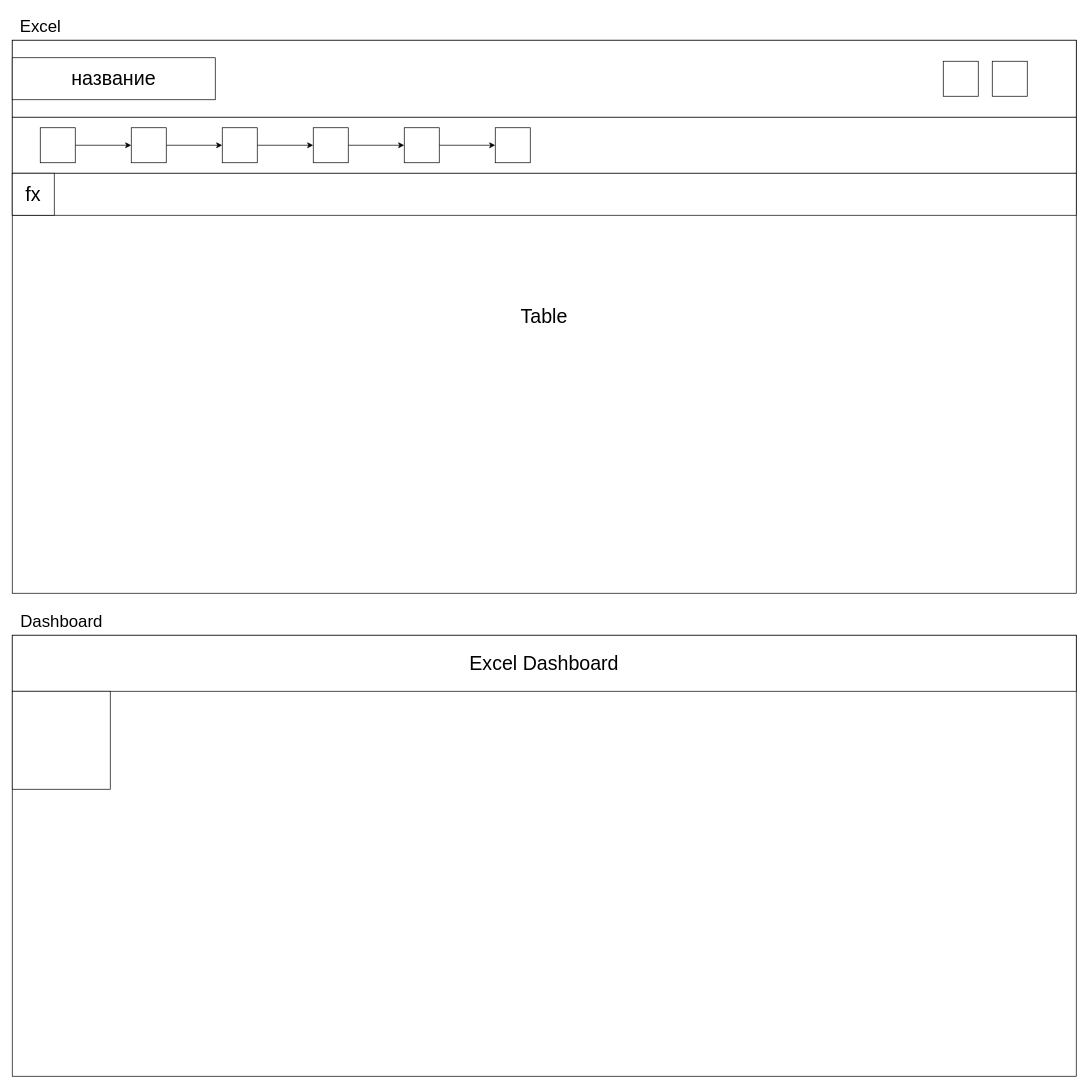
This is src/scss/Диаграмма без названия.drawio from Alexander-Sab/Think_Senor, a draw.io file, before an edit. Source tidied: cells renumbered, new cells numbered last; positions are measured from the earlier drawing's top-left corner, leaving out a move shared by most shapes. Both pictures are drawn from the tidied source at 70%, with x=0, y=0 at pixel (12, 12).
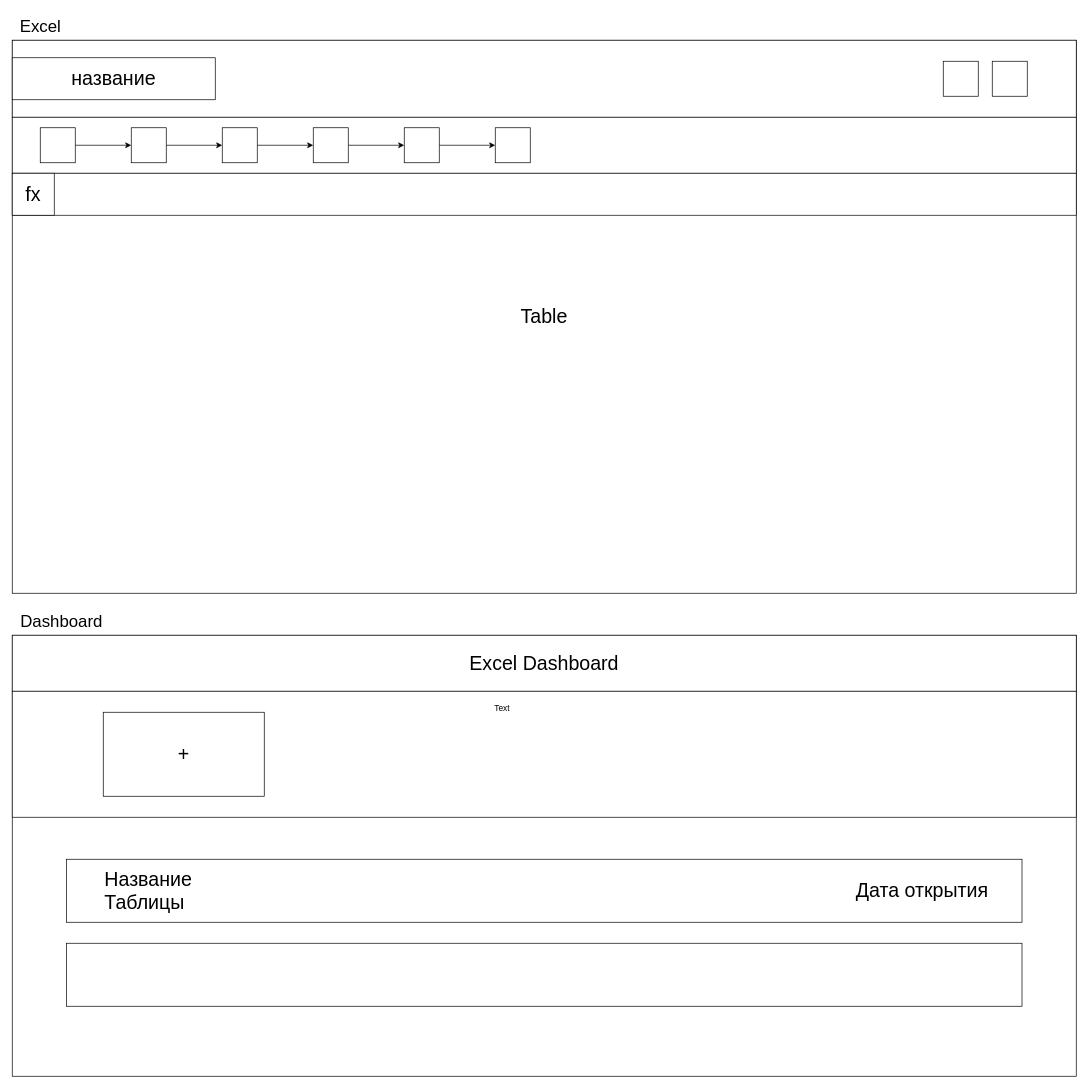
The same diagram, later.

What changed in the source:
```diff
@@
-    <mxCell id="25" style="whiteSpace=wrap;html=1;" parent="1" vertex="1">
-      <mxGeometry y="970" width="140" height="140" as="geometry" />
-    </mxCell>
+    <mxCell id="26" style="rounded=0;whiteSpace=wrap;html=1;" parent="1" vertex="1">
+      <mxGeometry y="970" width="1520" height="180" as="geometry" />
+    </mxCell>
+    <mxCell id="27" value="+" style="rounded=0;whiteSpace=wrap;html=1;fontSize=28;" parent="1" vertex="1">
+      <mxGeometry x="130" y="1000" width="230" height="120" as="geometry" />
+    </mxCell>
+    <mxCell id="28" style="rounded=0;whiteSpace=wrap;html=1;fontSize=28;" parent="1" vertex="1">
+      <mxGeometry x="77.5" y="1210" width="1365" height="90" as="geometry" />
+    </mxCell>
+    <mxCell id="29" value="Text" style="text;html=1;align=center;verticalAlign=middle;whiteSpace=wrap;rounded=0;" parent="1" vertex="1">
+      <mxGeometry x="670" y="980" width="60" height="30" as="geometry" />
+    </mxCell>
+    <mxCell id="30" value="Название&amp;nbsp;&lt;br&gt;Таблицы" style="text;html=1;align=left;verticalAlign=middle;whiteSpace=wrap;rounded=0;fontSize=28;" parent="1" vertex="1">
+      <mxGeometry x="130" y="1240" width="60" height="30" as="geometry" />
+    </mxCell>
+    <mxCell id="31" value="Дата открытия" style="text;html=1;align=center;verticalAlign=middle;whiteSpace=wrap;rounded=0;fontSize=28;" parent="1" vertex="1">
+      <mxGeometry x="1180" y="1240" width="240" height="30" as="geometry" />
+    </mxCell>
+    <mxCell id="32" style="rounded=0;whiteSpace=wrap;html=1;fontSize=28;" parent="1" vertex="1">
+      <mxGeometry x="77.5" y="1330" width="1365" height="90" as="geometry" />
+    </mxCell>
```
